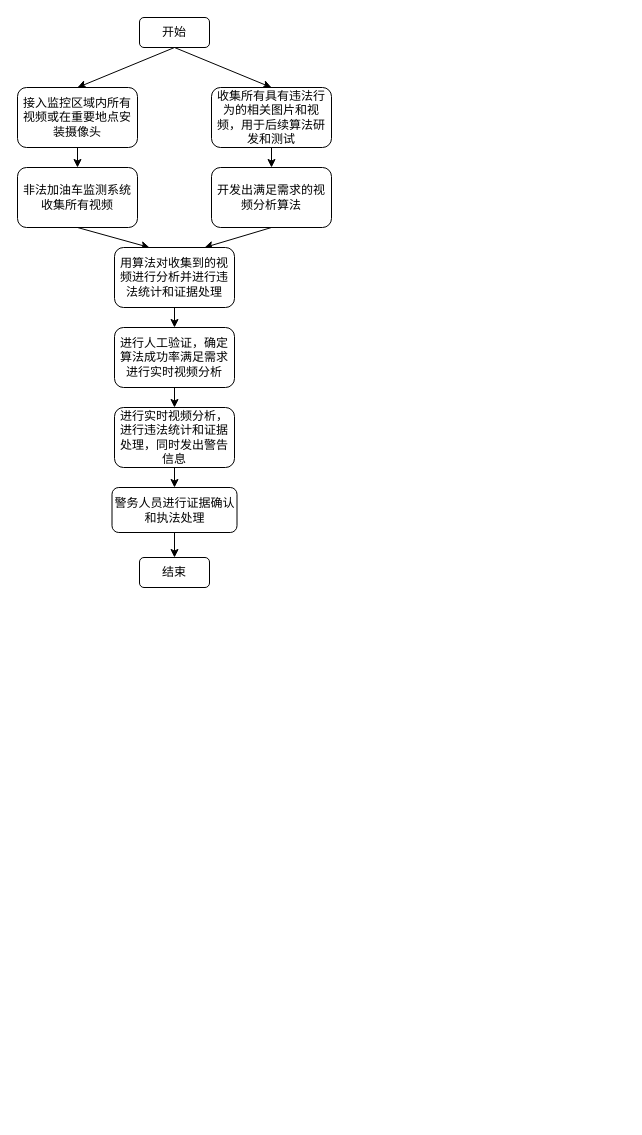
This is Untitled Diagram.drawio from liu12fei08fei/draw-io, a draw.io file, before an edit. Source tidied: cells renumbered, new cells numbered last; positions are measured from the earlier drawing's top-left corner, leaving out a move shared by most shapes. Both pictures are drawn from the tidied source at 100%, with x=0, y=0 at pixel (17, 17).
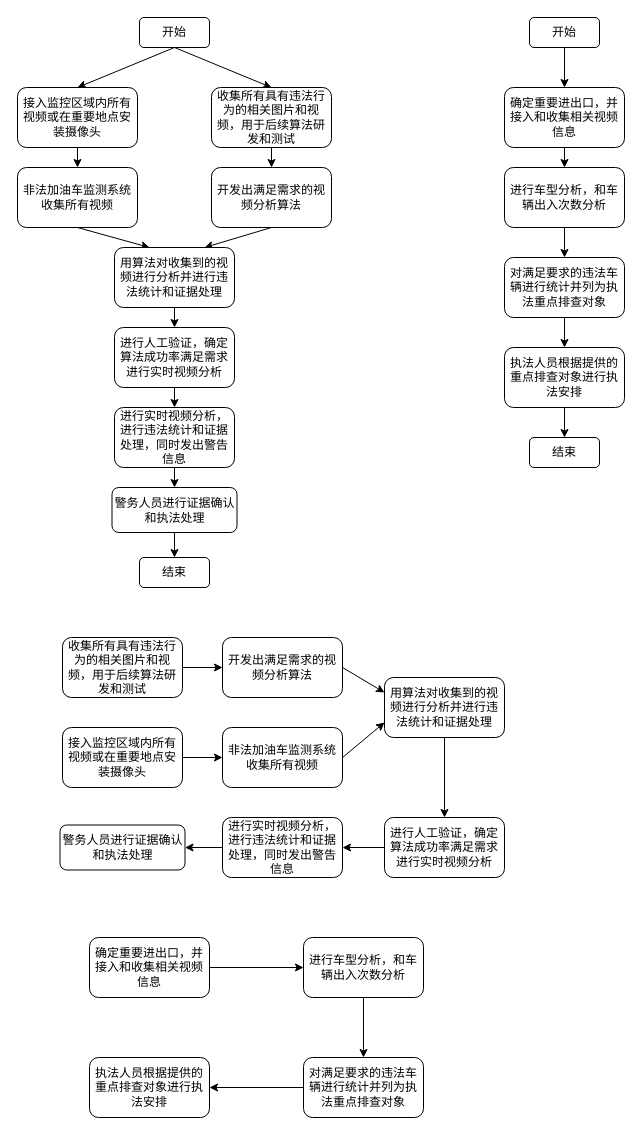
The same diagram, later.

The edit, as a diff of the source:
```diff
@@
+    <mxCell id="22" style="edgeStyle=none;rounded=0;jettySize=auto;html=1;exitX=0.5;exitY=1;exitDx=0;exitDy=0;entryX=0.5;entryY=0;entryDx=0;entryDy=0;" parent="1" edge="1" source="23" target="25">
+      <mxGeometry relative="1" as="geometry" />
+    </mxCell>
+    <mxCell id="23" value="开始" style="rounded=1;whiteSpace=wrap;html=1;" parent="1" vertex="1">
+      <mxGeometry x="512" width="70" height="30" as="geometry" />
+    </mxCell>
+    <mxCell id="24" style="edgeStyle=none;rounded=0;jettySize=auto;html=1;exitX=0.5;exitY=1;exitDx=0;exitDy=0;entryX=0.5;entryY=0;entryDx=0;entryDy=0;" parent="1" edge="1" source="25" target="27">
+      <mxGeometry relative="1" as="geometry" />
+    </mxCell>
+    <mxCell id="25" value="确定重要进出口，并接入和收集相关视频信息" style="rounded=1;whiteSpace=wrap;html=1;" parent="1" vertex="1">
+      <mxGeometry x="487" y="70" width="120" height="60" as="geometry" />
+    </mxCell>
+    <mxCell id="26" style="edgeStyle=none;rounded=0;jettySize=auto;html=1;exitX=0.5;exitY=1;exitDx=0;exitDy=0;entryX=0.5;entryY=0;entryDx=0;entryDy=0;" parent="1" edge="1" source="27" target="29">
+      <mxGeometry relative="1" as="geometry" />
+    </mxCell>
+    <mxCell id="27" value="进行车型分析，和车辆出入次数分析" style="rounded=1;whiteSpace=wrap;html=1;" parent="1" vertex="1">
+      <mxGeometry x="487" y="150" width="120" height="60" as="geometry" />
+    </mxCell>
+    <mxCell id="28" style="edgeStyle=none;rounded=0;jettySize=auto;html=1;exitX=0.5;exitY=1;exitDx=0;exitDy=0;entryX=0.5;entryY=0;entryDx=0;entryDy=0;" parent="1" edge="1" source="29" target="31">
+      <mxGeometry relative="1" as="geometry" />
+    </mxCell>
+    <mxCell id="29" value="对满足要求的违法车辆进行统计并列为执法重点排查对象" style="rounded=1;whiteSpace=wrap;html=1;" parent="1" vertex="1">
+      <mxGeometry x="487" y="240" width="120" height="60" as="geometry" />
+    </mxCell>
+    <mxCell id="30" style="edgeStyle=none;rounded=0;jettySize=auto;html=1;exitX=0.5;exitY=1;exitDx=0;exitDy=0;entryX=0.5;entryY=0;entryDx=0;entryDy=0;" parent="1" edge="1" source="31" target="32">
+      <mxGeometry relative="1" as="geometry" />
+    </mxCell>
+    <mxCell id="31" value="执法人员根据提供的重点排查对象进行执法安排" style="rounded=1;whiteSpace=wrap;html=1;" parent="1" vertex="1">
+      <mxGeometry x="487" y="330" width="120" height="60" as="geometry" />
+    </mxCell>
+    <mxCell id="32" value="结束" style="rounded=1;whiteSpace=wrap;html=1;" parent="1" vertex="1">
+      <mxGeometry x="512" y="420" width="70" height="30" as="geometry" />
+    </mxCell>
+    <mxCell id="33" style="edgeStyle=none;rounded=0;jettySize=auto;html=1;exitX=1;exitY=0.5;exitDx=0;exitDy=0;entryX=0;entryY=0.5;entryDx=0;entryDy=0;" parent="1" edge="1" source="34" target="36">
+      <mxGeometry relative="1" as="geometry" />
+    </mxCell>
+    <mxCell id="34" value="接入监控区域内所有视频或在重要地点安装摄像头" style="rounded=1;whiteSpace=wrap;html=1;" parent="1" vertex="1">
+      <mxGeometry x="45" y="710" width="120" height="60" as="geometry" />
+    </mxCell>
+    <mxCell id="35" style="edgeStyle=none;rounded=0;jettySize=auto;html=1;exitX=1;exitY=0.5;exitDx=0;exitDy=0;entryX=0;entryY=0.75;entryDx=0;entryDy=0;" parent="1" edge="1" source="36" target="42">
+      <mxGeometry relative="1" as="geometry" />
+    </mxCell>
+    <mxCell id="36" value="非法加油车监测系统收集所有视频" style="rounded=1;whiteSpace=wrap;html=1;" parent="1" vertex="1">
+      <mxGeometry x="205" y="710" width="120" height="60" as="geometry" />
+    </mxCell>
+    <mxCell id="37" style="edgeStyle=none;rounded=0;jettySize=auto;html=1;exitX=1;exitY=0.5;exitDx=0;exitDy=0;entryX=0;entryY=0.5;entryDx=0;entryDy=0;" parent="1" edge="1" source="38" target="40">
+      <mxGeometry relative="1" as="geometry" />
+    </mxCell>
+    <mxCell id="38" value="收集所有具有违法行为的相关图片和视频，用于后续算法研发和测试" style="rounded=1;whiteSpace=wrap;html=1;" parent="1" vertex="1">
+      <mxGeometry x="45" y="620" width="120" height="60" as="geometry" />
+    </mxCell>
+    <mxCell id="39" style="edgeStyle=none;rounded=0;jettySize=auto;html=1;exitX=1;exitY=0.5;exitDx=0;exitDy=0;entryX=0;entryY=0.25;entryDx=0;entryDy=0;" parent="1" edge="1" source="40" target="42">
+      <mxGeometry relative="1" as="geometry" />
+    </mxCell>
+    <mxCell id="40" value="开发出满足需求的视频分析算法" style="rounded=1;whiteSpace=wrap;html=1;" parent="1" vertex="1">
+      <mxGeometry x="205" y="620" width="120" height="60" as="geometry" />
+    </mxCell>
+    <mxCell id="41" style="edgeStyle=none;rounded=0;jettySize=auto;html=1;exitX=0.5;exitY=1;exitDx=0;exitDy=0;" parent="1" edge="1" source="42" target="44">
+      <mxGeometry relative="1" as="geometry" />
+    </mxCell>
+    <mxCell id="42" value="用算法对收集到的视频进行分析并进行违法统计和证据处理" style="rounded=1;whiteSpace=wrap;html=1;" parent="1" vertex="1">
+      <mxGeometry x="367" y="660" width="120" height="60" as="geometry" />
+    </mxCell>
+    <mxCell id="43" style="edgeStyle=none;rounded=0;jettySize=auto;html=1;exitX=0;exitY=0.5;exitDx=0;exitDy=0;entryX=1;entryY=0.5;entryDx=0;entryDy=0;" parent="1" edge="1" source="44" target="46">
+      <mxGeometry relative="1" as="geometry" />
+    </mxCell>
+    <mxCell id="44" value="进行人工验证，确定算法成功率满足需求进行实时视频分析" style="rounded=1;whiteSpace=wrap;html=1;" parent="1" vertex="1">
+      <mxGeometry x="367" y="800" width="120" height="60" as="geometry" />
+    </mxCell>
+    <mxCell id="45" style="edgeStyle=none;rounded=0;jettySize=auto;html=1;exitX=0;exitY=0.5;exitDx=0;exitDy=0;entryX=1;entryY=0.5;entryDx=0;entryDy=0;" parent="1" edge="1" source="46" target="47">
+      <mxGeometry relative="1" as="geometry" />
+    </mxCell>
+    <mxCell id="46" value="进行实时视频分析，进行违法统计和证据处理，同时发出警告信息" style="rounded=1;whiteSpace=wrap;html=1;" parent="1" vertex="1">
+      <mxGeometry x="205" y="800" width="120" height="60" as="geometry" />
+    </mxCell>
+    <mxCell id="47" value="警务人员进行证据确认和执法处理" style="rounded=1;whiteSpace=wrap;html=1;" parent="1" vertex="1">
+      <mxGeometry x="42.5" y="807.5" width="125" height="45" as="geometry" />
+    </mxCell>
+    <mxCell id="48" style="edgeStyle=none;rounded=0;jettySize=auto;html=1;exitX=1;exitY=0.5;exitDx=0;exitDy=0;entryX=0;entryY=0.5;entryDx=0;entryDy=0;" parent="1" edge="1" source="49" target="51">
+      <mxGeometry relative="1" as="geometry" />
+    </mxCell>
+    <mxCell id="49" value="确定重要进出口，并接入和收集相关视频信息" style="rounded=1;whiteSpace=wrap;html=1;" parent="1" vertex="1">
+      <mxGeometry x="72" y="920" width="120" height="60" as="geometry" />
+    </mxCell>
+    <mxCell id="50" style="edgeStyle=none;rounded=0;jettySize=auto;html=1;exitX=0.5;exitY=1;exitDx=0;exitDy=0;entryX=0.5;entryY=0;entryDx=0;entryDy=0;" parent="1" edge="1" source="51" target="53">
+      <mxGeometry relative="1" as="geometry" />
+    </mxCell>
+    <mxCell id="51" value="进行车型分析，和车辆出入次数分析" style="rounded=1;whiteSpace=wrap;html=1;" parent="1" vertex="1">
+      <mxGeometry x="286" y="920" width="120" height="60" as="geometry" />
+    </mxCell>
+    <mxCell id="52" style="edgeStyle=none;rounded=0;jettySize=auto;html=1;exitX=0;exitY=0.5;exitDx=0;exitDy=0;entryX=1;entryY=0.5;entryDx=0;entryDy=0;" parent="1" edge="1" source="53" target="54">
+      <mxGeometry relative="1" as="geometry" />
+    </mxCell>
+    <mxCell id="53" value="对满足要求的违法车辆进行统计并列为执法重点排查对象" style="rounded=1;whiteSpace=wrap;html=1;" parent="1" vertex="1">
+      <mxGeometry x="286" y="1040" width="120" height="60" as="geometry" />
+    </mxCell>
+    <mxCell id="54" value="执法人员根据提供的重点排查对象进行执法安排" style="rounded=1;whiteSpace=wrap;html=1;" parent="1" vertex="1">
+      <mxGeometry x="72" y="1040" width="120" height="60" as="geometry" />
+    </mxCell>
```
